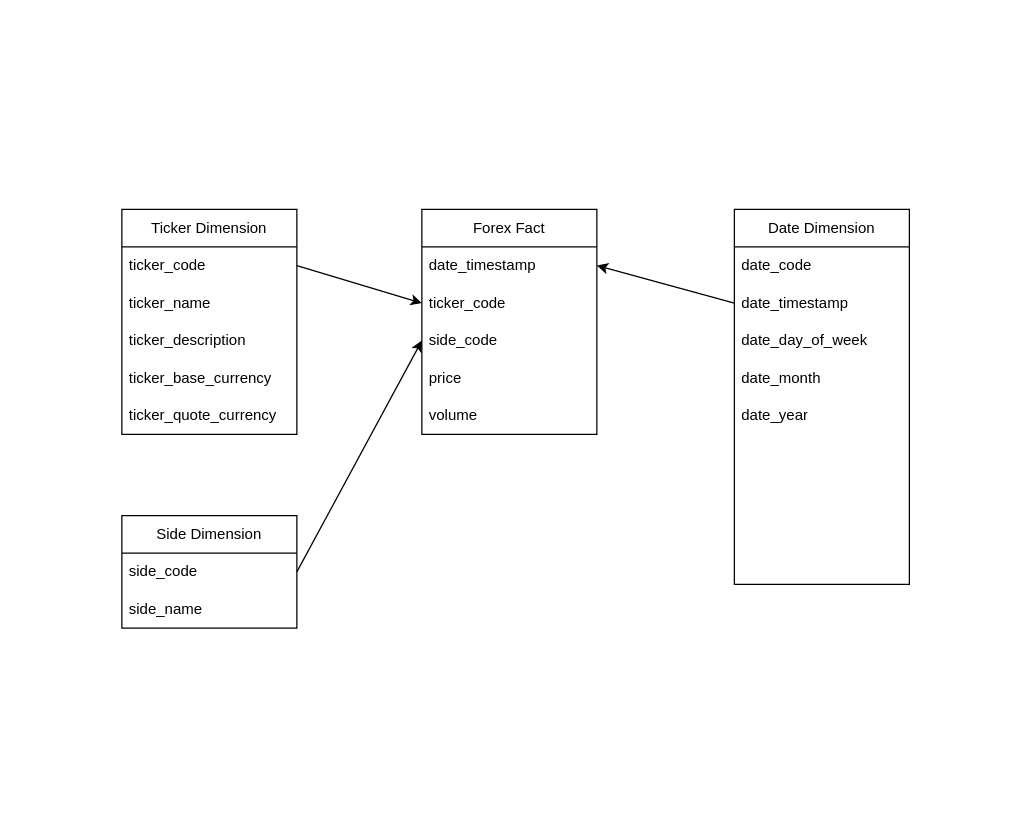
Above: map.drawio in pabloaguilarv/pruebatecnicanequi (draw.io), before the change. Source tidied: cells renumbered, new cells numbered last; positions are measured from the earlier drawing's top-left corner, leaving out a move shared by most shapes. Both pictures are drawn from the tidied source at 125%, with x=0, y=0 at pixel (121, 209).
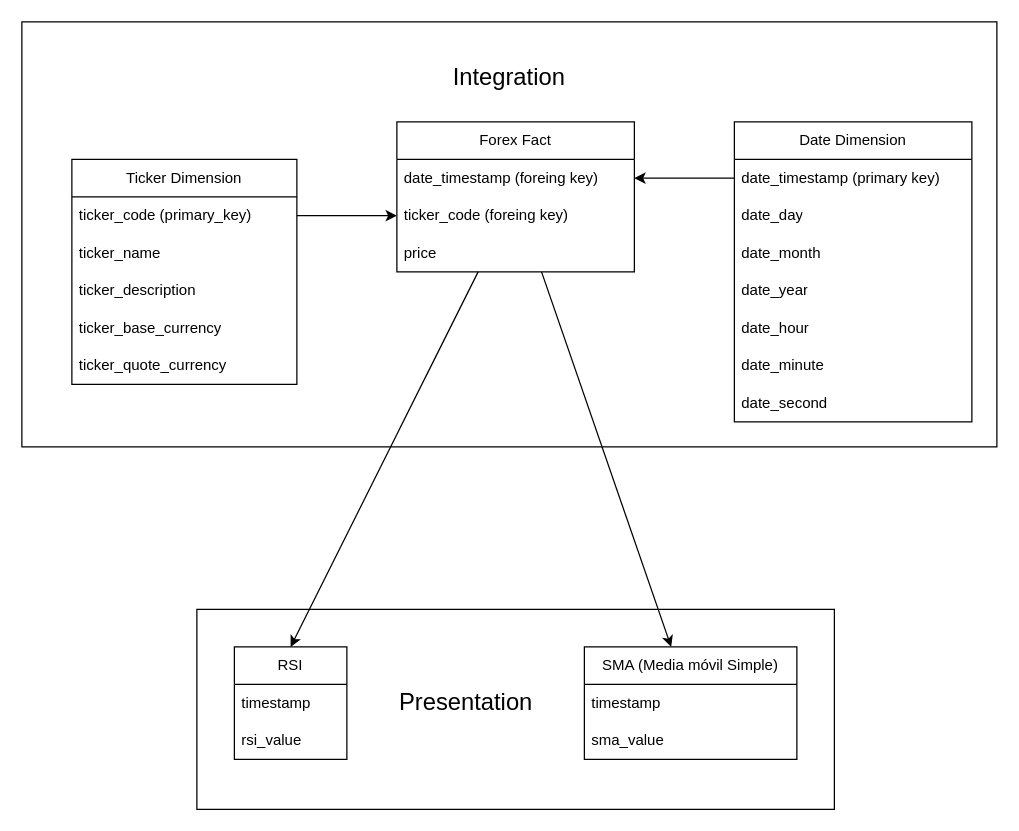
Above is the later version.

Commit message (it also covers changes not shown here):
Adiciona desarrollo de la prueba hasta el paso 3 -definición del modelo- y agrega archivos visuales para la arquitectura y modelo de datos

Diff of the diagram source:
```diff
@@
     <mxCell id="2" value="Ticker Dimension" style="swimlane;fontStyle=0;horizontal=1;startSize=30;whiteSpace=wrap;html=1;" parent="1" vertex="1">
-      <mxGeometry width="140" height="180" as="geometry" />
+      <mxGeometry x="-40" y="-40" width="180" height="180" as="geometry" />
     </mxCell>
-    <mxCell id="3" value="ticker_code" style="text;strokeColor=none;fillColor=none;align=left;verticalAlign=middle;spacingLeft=4;spacingRight=4;overflow=hidden;points=[[0,0.5],[1,0.5]];portConstraint=eastwest;whiteSpace=wrap;html=1;" parent="2" vertex="1">
-      <mxGeometry y="30" width="140" height="30" as="geometry" />
+    <mxCell id="3" value="ticker_code (primary_key)" style="text;strokeColor=none;fillColor=none;align=left;verticalAlign=middle;spacingLeft=4;spacingRight=4;overflow=hidden;points=[[0,0.5],[1,0.5]];portConstraint=eastwest;whiteSpace=wrap;html=1;" parent="2" vertex="1">
+      <mxGeometry y="30" width="180" height="30" as="geometry" />
     </mxCell>
     <mxCell id="4" value="ticker_name" style="text;strokeColor=none;fillColor=none;align=left;verticalAlign=middle;spacingLeft=4;spacingRight=4;overflow=hidden;whiteSpace=wrap;html=1;" parent="2" vertex="1">
-      <mxGeometry y="60" width="140" height="30" as="geometry" />
+      <mxGeometry y="60" width="180" height="30" as="geometry" />
     </mxCell>
     <mxCell id="5" value="ticker_description" style="text;strokeColor=none;fillColor=none;align=left;verticalAlign=middle;spacingLeft=4;spacingRight=4;overflow=hidden;whiteSpace=wrap;html=1;" parent="2" vertex="1">
-      <mxGeometry y="90" width="140" height="30" as="geometry" />
+      <mxGeometry y="90" width="180" height="30" as="geometry" />
     </mxCell>
     <mxCell id="6" value="ticker_base_currency" style="text;strokeColor=none;fillColor=none;align=left;verticalAlign=middle;spacingLeft=4;spacingRight=4;overflow=hidden;whiteSpace=wrap;html=1;" parent="2" vertex="1">
-      <mxGeometry y="120" width="140" height="30" as="geometry" />
+      <mxGeometry y="120" width="180" height="30" as="geometry" />
     </mxCell>
     <mxCell id="7" value="ticker_quote_currency" style="text;strokeColor=none;fillColor=none;align=left;verticalAlign=middle;spacingLeft=4;spacingRight=4;overflow=hidden;whiteSpace=wrap;html=1;" parent="2" vertex="1">
-      <mxGeometry y="150" width="140" height="30" as="geometry" />
+      <mxGeometry y="150" width="180" height="30" as="geometry" />
     </mxCell>
     <mxCell id="8" value="Date Dimension" style="swimlane;fontStyle=0;horizontal=1;startSize=30;whiteSpace=wrap;html=1;" parent="1" vertex="1">
-      <mxGeometry x="490" width="140" height="300" as="geometry" />
+      <mxGeometry x="490" y="-70" width="190" height="240" as="geometry" />
     </mxCell>
-    <mxCell id="9" value="date_code&lt;br&gt;" style="text;strokeColor=none;fillColor=none;align=left;verticalAlign=middle;spacingLeft=4;spacingRight=4;overflow=hidden;whiteSpace=wrap;html=1;" parent="8" vertex="1">
-      <mxGeometry y="30" width="140" height="30" as="geometry" />
-    </mxCell>
-    <mxCell id="10" value="date_timestamp" style="text;strokeColor=none;fillColor=none;align=left;verticalAlign=middle;spacingLeft=4;spacingRight=4;overflow=hidden;points=[[0,0.5],[1,0.5]];portConstraint=eastwest;whiteSpace=wrap;html=1;" parent="8" vertex="1">
-      <mxGeometry y="60" width="140" height="30" as="geometry" />
+    <mxCell id="10" value="date_timestamp (primary key)" style="text;strokeColor=none;fillColor=none;align=left;verticalAlign=middle;spacingLeft=4;spacingRight=4;overflow=hidden;points=[[0,0.5],[1,0.5]];portConstraint=eastwest;whiteSpace=wrap;html=1;" parent="8" vertex="1">
+      <mxGeometry y="30" width="190" height="30" as="geometry" />
     </mxCell>
-    <mxCell id="11" value="date_day_of_week" style="text;strokeColor=none;fillColor=none;align=left;verticalAlign=middle;spacingLeft=4;spacingRight=4;overflow=hidden;whiteSpace=wrap;html=1;" parent="8" vertex="1">
-      <mxGeometry y="90" width="140" height="30" as="geometry" />
+    <mxCell id="11" value="date_day" style="text;strokeColor=none;fillColor=none;align=left;verticalAlign=middle;spacingLeft=4;spacingRight=4;overflow=hidden;whiteSpace=wrap;html=1;" parent="8" vertex="1">
+      <mxGeometry y="60" width="190" height="30" as="geometry" />
     </mxCell>
     <mxCell id="12" value="date_month" style="text;strokeColor=none;fillColor=none;align=left;verticalAlign=middle;spacingLeft=4;spacingRight=4;overflow=hidden;whiteSpace=wrap;html=1;" parent="8" vertex="1">
-      <mxGeometry y="120" width="140" height="30" as="geometry" />
+      <mxGeometry y="90" width="190" height="30" as="geometry" />
     </mxCell>
     <mxCell id="13" value="date_year" style="text;strokeColor=none;fillColor=none;align=left;verticalAlign=middle;spacingLeft=4;spacingRight=4;overflow=hidden;whiteSpace=wrap;html=1;" parent="8" vertex="1">
-      <mxGeometry y="150" width="140" height="30" as="geometry" />
+      <mxGeometry y="120" width="190" height="30" as="geometry" />
     </mxCell>
-    <mxCell id="14" style="text;strokeColor=none;fillColor=none;align=left;verticalAlign=middle;spacingLeft=4;spacingRight=4;overflow=hidden;whiteSpace=wrap;html=1;" parent="8" vertex="1">
-      <mxGeometry y="180" width="140" height="30" as="geometry" />
-    </mxCell>
-    <mxCell id="15" style="text;strokeColor=none;fillColor=none;align=left;verticalAlign=middle;spacingLeft=4;spacingRight=4;overflow=hidden;whiteSpace=wrap;html=1;" parent="8" vertex="1">
-      <mxGeometry y="210" width="140" height="30" as="geometry" />
-    </mxCell>
-    <mxCell id="16" style="text;strokeColor=none;fillColor=none;align=left;verticalAlign=middle;spacingLeft=4;spacingRight=4;overflow=hidden;whiteSpace=wrap;html=1;" parent="8" vertex="1">
-      <mxGeometry y="240" width="140" height="30" as="geometry" />
-    </mxCell>
-    <mxCell id="17" style="text;strokeColor=none;fillColor=none;align=left;verticalAlign=middle;spacingLeft=4;spacingRight=4;overflow=hidden;whiteSpace=wrap;html=1;" parent="8" vertex="1">
-      <mxGeometry y="270" width="140" height="30" as="geometry" />
-    </mxCell>
-    <mxCell id="18" value="Side Dimension" style="swimlane;fontStyle=0;horizontal=1;startSize=30;whiteSpace=wrap;html=1;" parent="1" vertex="1">
-      <mxGeometry y="245" width="140" height="90" as="geometry" />
-    </mxCell>
-    <mxCell id="19" value="side_code" style="text;strokeColor=none;fillColor=none;align=left;verticalAlign=middle;spacingLeft=4;spacingRight=4;overflow=hidden;points=[[0,0.5],[1,0.5]];portConstraint=eastwest;whiteSpace=wrap;html=1;" parent="18" vertex="1">
-      <mxGeometry y="30" width="140" height="30" as="geometry" />
-    </mxCell>
-    <mxCell id="20" value="side_name" style="text;strokeColor=none;fillColor=none;align=left;verticalAlign=middle;spacingLeft=4;spacingRight=4;overflow=hidden;whiteSpace=wrap;html=1;" parent="18" vertex="1">
-      <mxGeometry y="60" width="140" height="30" as="geometry" />
-    </mxCell>
+    <mxCell id="30" value="date_hour" style="text;strokeColor=none;fillColor=none;align=left;verticalAlign=middle;spacingLeft=4;spacingRight=4;overflow=hidden;whiteSpace=wrap;html=1;" parent="8" vertex="1">
+      <mxGeometry y="150" width="190" height="30" as="geometry" />
+    </mxCell>
+    <mxCell id="31" value="date_minute" style="text;strokeColor=none;fillColor=none;align=left;verticalAlign=middle;spacingLeft=4;spacingRight=4;overflow=hidden;whiteSpace=wrap;html=1;" parent="8" vertex="1">
+      <mxGeometry y="180" width="190" height="30" as="geometry" />
+    </mxCell>
+    <mxCell id="32" value="date_second" style="text;strokeColor=none;fillColor=none;align=left;verticalAlign=middle;spacingLeft=4;spacingRight=4;overflow=hidden;whiteSpace=wrap;html=1;" parent="8" vertex="1">
+      <mxGeometry y="210" width="190" height="30" as="geometry" />
+    </mxCell>
+    <mxCell id="33" style="edgeStyle=none;html=1;" parent="1" edge="1" source="21" target="39">
+      <mxGeometry relative="1" as="geometry" />
+    </mxCell>
+    <mxCell id="34" style="edgeStyle=none;html=1;entryX=0.5;entryY=0;entryDx=0;entryDy=0;" parent="1" edge="1" source="21" target="36">
+      <mxGeometry relative="1" as="geometry" />
+    </mxCell>
     <mxCell id="21" value="Forex Fact" style="swimlane;fontStyle=0;horizontal=1;startSize=30;whiteSpace=wrap;html=1;" parent="1" vertex="1">
-      <mxGeometry x="240" width="140" height="180" as="geometry" />
+      <mxGeometry x="220" y="-70" width="190" height="120" as="geometry" />
     </mxCell>
-    <mxCell id="22" value="date_timestamp" style="text;strokeColor=none;fillColor=none;align=left;verticalAlign=middle;spacingLeft=4;spacingRight=4;overflow=hidden;points=[[0,0.5],[1,0.5]];portConstraint=eastwest;whiteSpace=wrap;html=1;" parent="21" vertex="1">
-      <mxGeometry y="30" width="140" height="30" as="geometry" />
+    <mxCell id="22" value="date_timestamp (foreing key)" style="text;strokeColor=none;fillColor=none;align=left;verticalAlign=middle;spacingLeft=4;spacingRight=4;overflow=hidden;points=[[0,0.5],[1,0.5]];portConstraint=eastwest;whiteSpace=wrap;html=1;" parent="21" vertex="1">
+      <mxGeometry y="30" width="190" height="30" as="geometry" />
     </mxCell>
-    <mxCell id="23" value="ticker_code" style="text;strokeColor=none;fillColor=none;align=left;verticalAlign=middle;spacingLeft=4;spacingRight=4;overflow=hidden;points=[[0,0.5],[1,0.5]];portConstraint=eastwest;whiteSpace=wrap;html=1;" parent="21" vertex="1">
-      <mxGeometry y="60" width="140" height="30" as="geometry" />
+    <mxCell id="23" value="ticker_code (foreing key)" style="text;strokeColor=none;fillColor=none;align=left;verticalAlign=middle;spacingLeft=4;spacingRight=4;overflow=hidden;points=[[0,0.5],[1,0.5]];portConstraint=eastwest;whiteSpace=wrap;html=1;" parent="21" vertex="1">
+      <mxGeometry y="60" width="190" height="30" as="geometry" />
     </mxCell>
-    <mxCell id="24" value="side_code" style="text;strokeColor=none;fillColor=none;align=left;verticalAlign=middle;spacingLeft=4;spacingRight=4;overflow=hidden;points=[[0,0.5],[1,0.5]];portConstraint=eastwest;whiteSpace=wrap;html=1;" parent="21" vertex="1">
-      <mxGeometry y="90" width="140" height="30" as="geometry" />
-    </mxCell>
     <mxCell id="25" value="price" style="text;strokeColor=none;fillColor=none;align=left;verticalAlign=middle;spacingLeft=4;spacingRight=4;overflow=hidden;whiteSpace=wrap;html=1;" parent="21" vertex="1">
-      <mxGeometry y="120" width="140" height="30" as="geometry" />
+      <mxGeometry y="90" width="190" height="30" as="geometry" />
     </mxCell>
-    <mxCell id="26" value="volume" style="text;strokeColor=none;fillColor=none;align=left;verticalAlign=middle;spacingLeft=4;spacingRight=4;overflow=hidden;whiteSpace=wrap;html=1;" parent="21" vertex="1">
-      <mxGeometry y="150" width="140" height="30" as="geometry" />
-    </mxCell>
+    <mxCell id="35" style="rounded=0;whiteSpace=wrap;html=1;labelBackgroundColor=none;fontColor=none;noLabel=1;fillColor=none;" parent="1" vertex="1">
+      <mxGeometry x="60" y="320" width="510" height="160" as="geometry" />
+    </mxCell>
@@
-    <mxCell id="29" style="edgeStyle=none;html=1;exitX=1;exitY=0.5;exitDx=0;exitDy=0;entryX=0;entryY=0.5;entryDx=0;entryDy=0;" parent="1" edge="1" source="19" target="24">
-      <mxGeometry relative="1" as="geometry" />
-    </mxCell>
+    <mxCell id="36" value="RSI" style="swimlane;fontStyle=0;horizontal=1;startSize=30;whiteSpace=wrap;html=1;" parent="1" vertex="1">
+      <mxGeometry x="90" y="350" width="90" height="90" as="geometry" />
+    </mxCell>
+    <mxCell id="37" value="timestamp" style="text;strokeColor=none;fillColor=none;align=left;verticalAlign=middle;spacingLeft=4;spacingRight=4;overflow=hidden;whiteSpace=wrap;html=1;" parent="36" vertex="1">
+      <mxGeometry y="30" width="90" height="30" as="geometry" />
+    </mxCell>
+    <mxCell id="38" value="rsi_value" style="text;strokeColor=none;fillColor=none;align=left;verticalAlign=middle;spacingLeft=4;spacingRight=4;overflow=hidden;whiteSpace=wrap;html=1;" parent="36" vertex="1">
+      <mxGeometry y="60" width="90" height="30" as="geometry" />
+    </mxCell>
+    <mxCell id="39" value="SMA (Media móvil Simple)" style="swimlane;fontStyle=0;horizontal=1;startSize=30;whiteSpace=wrap;html=1;" parent="1" vertex="1">
+      <mxGeometry x="370" y="350" width="170" height="90" as="geometry" />
+    </mxCell>
+    <mxCell id="40" value="timestamp" style="text;strokeColor=none;fillColor=none;align=left;verticalAlign=middle;spacingLeft=4;spacingRight=4;overflow=hidden;whiteSpace=wrap;html=1;" parent="39" vertex="1">
+      <mxGeometry y="30" width="170" height="30" as="geometry" />
+    </mxCell>
+    <mxCell id="41" value="sma_value" style="text;strokeColor=none;fillColor=none;align=left;verticalAlign=middle;spacingLeft=4;spacingRight=4;overflow=hidden;whiteSpace=wrap;html=1;" parent="39" vertex="1">
+      <mxGeometry y="60" width="170" height="30" as="geometry" />
+    </mxCell>
+    <mxCell id="42" value="Presentation" style="text;html=1;strokeColor=none;fillColor=none;align=center;verticalAlign=middle;whiteSpace=wrap;rounded=0;fontSize=19;" parent="1" vertex="1">
+      <mxGeometry x="232.5" y="377.5" width="85" height="35" as="geometry" />
+    </mxCell>
+    <mxCell id="43" style="rounded=0;whiteSpace=wrap;html=1;fillColor=none;" parent="1" vertex="1">
+      <mxGeometry x="-80" y="-150" width="780" height="340" as="geometry" />
+    </mxCell>
+    <mxCell id="44" value="Integration" style="text;html=1;strokeColor=none;fillColor=none;align=center;verticalAlign=middle;whiteSpace=wrap;rounded=0;fontSize=19;" parent="1" vertex="1">
+      <mxGeometry x="280" y="-120" width="60" height="30" as="geometry" />
+    </mxCell>
```
